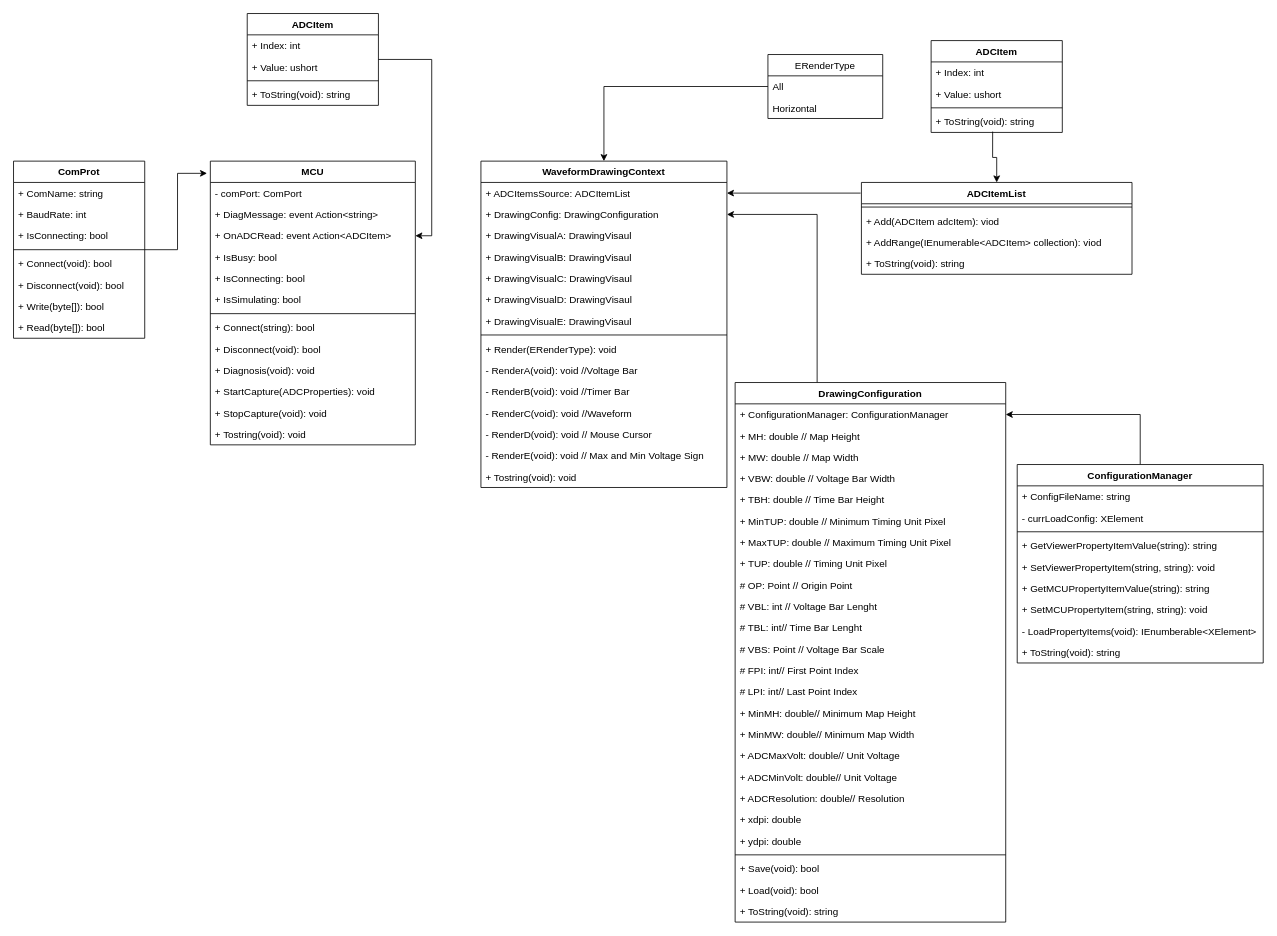
Above: page "UML Class Diagram" (5 of 5) of ADC Monitor.drawio in Jasson-Chou/SideProject (draw.io), before the change. Source tidied: cells renumbered, new cells numbered last; positions are measured from the earlier drawing's top-left corner, leaving out a move shared by most shapes. Both pictures are drawn from the tidied source at 82%, with x=0, y=0 at pixel (13, 13).
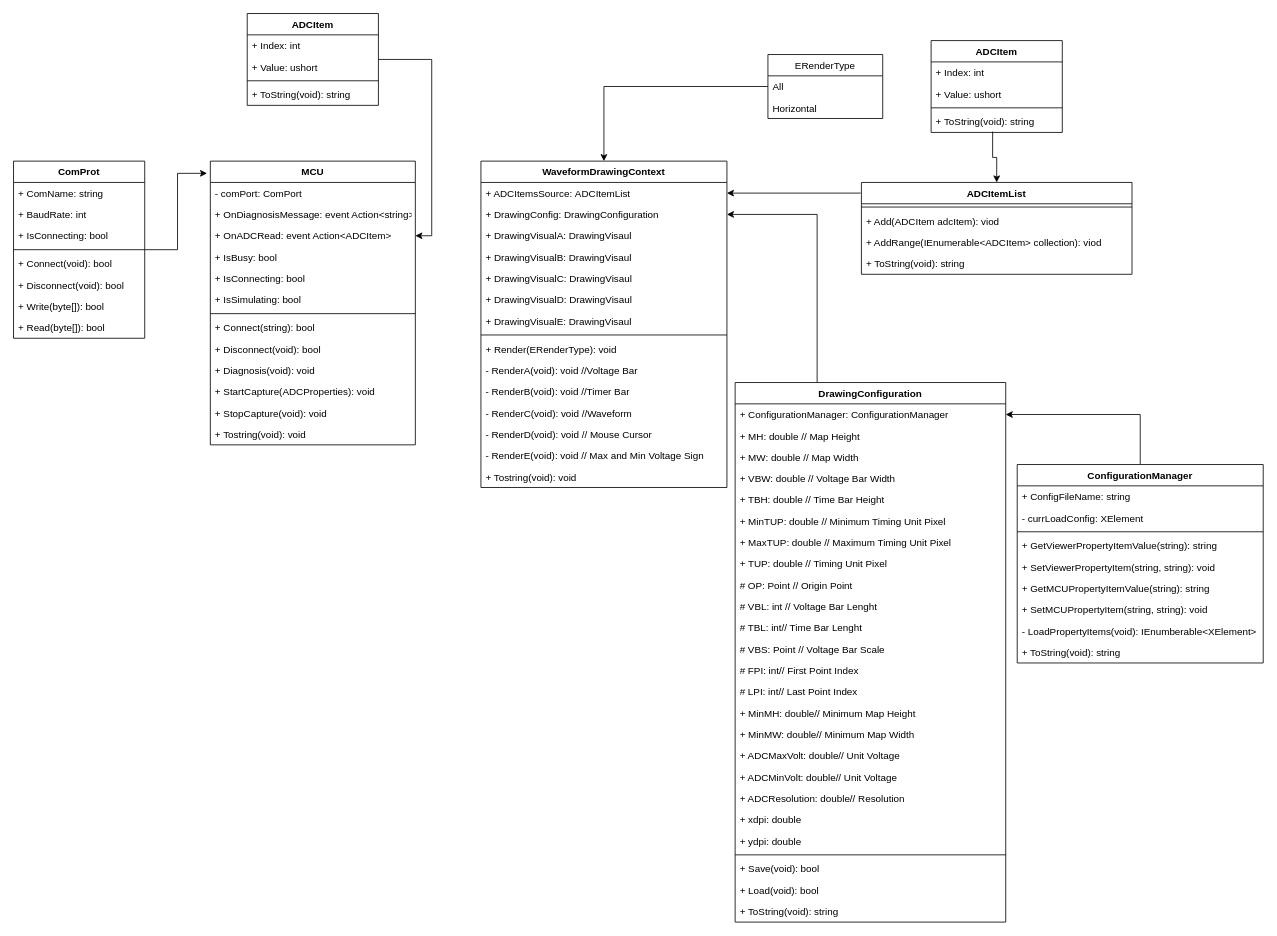
The same page after the edit.

Unchanged cells that the change refers to:
```xml
<mxCell id="12" value="MCU" style="swimlane;fontStyle=1;align=center;verticalAlign=top;horizontal=1;startSize=26;" parent="1" vertex="1">
  <mxGeometry x="240" y="180" width="250" height="346" as="geometry" />
</mxCell>
```

Diff of the diagram source:
```diff
@@
-    <mxCell id="14" value="+ DiagMessage: event Action&lt;string&gt;" style="text;strokeColor=none;fillColor=none;align=left;verticalAlign=top;spacingLeft=4;spacingRight=4;overflow=hidden;" parent="12" vertex="1">
+    <mxCell id="14" value="+ OnDiagnosisMessage: event Action&lt;string&gt;" style="text;strokeColor=none;fillColor=none;align=left;verticalAlign=top;spacingLeft=4;spacingRight=4;overflow=hidden;" parent="12" vertex="1">
       <mxGeometry y="52" width="250" height="26" as="geometry" />
     </mxCell>
```
